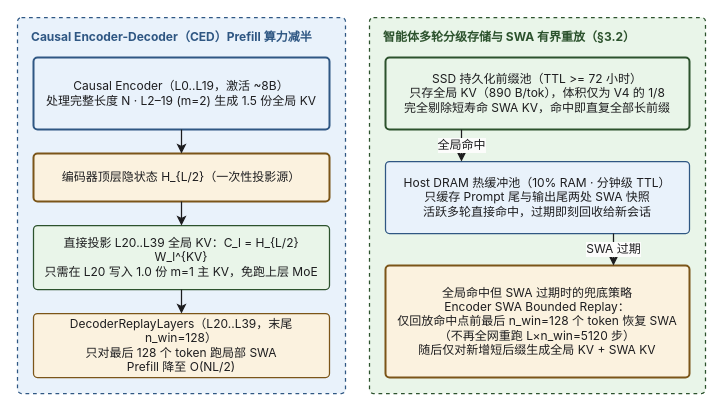
The draw.io diagram src/content/posts/deepseek/05-csa2-and-ced/diagrams/05-ced-prefix-arch.drawio in xingcanlee/infra-note, before the edit. Source tidied: cells renumbered, new cells numbered last; positions are measured from the earlier drawing's top-left corner, leaving out a move shared by most shapes. Both pictures are drawn from the tidied source at 100%, with x=0, y=0 at pixel (17, 17).
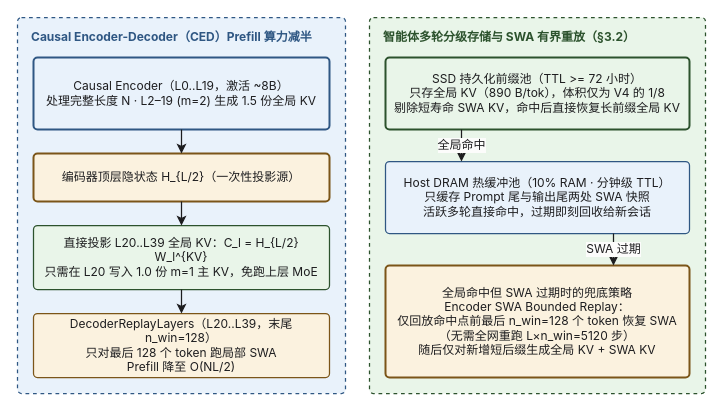
The same page after the edit.

What changed in the source:
```diff
@@
 <mxGraphModel>
   <root>
     <mxCell id="0" />
     <mxCell id="1" parent="0" />
     <mxCell id="2" value="Causal Encoder-Decoder（CED）Prefill 算力减半" style="rounded=1;absoluteArcSize=1;arcSize=8;whiteSpace=wrap;html=1;fillColor=#e9f2fb;strokeColor=#2f5783;strokeWidth=1.25;dashed=1;verticalAlign=top;align=left;spacingLeft=12;spacingTop=6;fontFamily=Inter;fontSize=12;fontStyle=1;fontColor=#2f5783;" parent="1" vertex="1">
       <mxGeometry width="328" height="376" as="geometry" />
     </mxCell>
     <mxCell id="3" value="Causal Encoder（L0..L19，激活 ~8B）&lt;br&gt;处理完整长度 N · L2–19 (m=2) 生成 1.5 份全局 KV" style="rounded=1;absoluteArcSize=1;arcSize=8;whiteSpace=wrap;html=1;fillColor=#e9f2fb;strokeColor=#2f5783;strokeWidth=2;align=center;verticalAlign=middle;spacing=4;fontFamily=Inter;fontSize=12;fontColor=#1d1d1f;" parent="1" vertex="1">
       <mxGeometry x="16" y="40" width="296" height="72" as="geometry" />
     </mxCell>
     <mxCell id="4" value="编码器顶层隐状态 H_{L/2}（一次性投影源）" style="rounded=1;absoluteArcSize=1;arcSize=8;whiteSpace=wrap;html=1;fillColor=#fbf2df;strokeColor=#7b5518;strokeWidth=2;align=center;verticalAlign=middle;spacing=4;fontFamily=Inter;fontSize=12;fontColor=#1d1d1f;" parent="1" vertex="1">
       <mxGeometry x="16" y="136" width="296" height="48" as="geometry" />
     </mxCell>
     <mxCell id="5" value="直接投影 L20..L39 全局 KV：C_l = H_{L/2} W_l^{KV}&lt;br&gt;只需在 L20 写入 1.0 份 m=1 主 KV，免跑上层 MoE" style="rounded=1;absoluteArcSize=1;arcSize=8;whiteSpace=wrap;html=1;fillColor=#e9f5e9;strokeColor=#2c522d;strokeWidth=1.25;align=center;verticalAlign=middle;spacing=4;fontFamily=Inter;fontSize=12;fontColor=#1d1d1f;" parent="1" vertex="1">
       <mxGeometry x="16" y="208" width="296" height="64" as="geometry" />
     </mxCell>
     <mxCell id="6" value="DecoderReplayLayers（L20..L39，末尾 n_win=128）&lt;br&gt;只对最后 128 个 token 跑局部 SWA&lt;br&gt;Prefill 降至 O(NL/2)" style="rounded=1;absoluteArcSize=1;arcSize=8;whiteSpace=wrap;html=1;fillColor=#fbf2df;strokeColor=#7b5518;strokeWidth=1.25;align=center;verticalAlign=middle;spacing=4;fontFamily=Inter;fontSize=12;fontColor=#1d1d1f;" parent="1" vertex="1">
       <mxGeometry x="16" y="296" width="296" height="64" as="geometry" />
     </mxCell>
     <mxCell id="7" style="endArrow=classic;startArrow=none;html=1;strokeColor=#1d1d1f;strokeWidth=1.25;edgeStyle=orthogonalEdgeStyle;rounded=1;exitX=0.5;exitY=1;exitDx=0;exitDy=0;entryX=0.5;entryY=0;entryDx=0;entryDy=0;" parent="1" edge="1" source="3" target="4">
       <mxGeometry relative="1" as="geometry" />
     </mxCell>
     <mxCell id="8" style="endArrow=classic;startArrow=none;html=1;strokeColor=#1d1d1f;strokeWidth=1.25;edgeStyle=orthogonalEdgeStyle;rounded=1;exitX=0.5;exitY=1;exitDx=0;exitDy=0;entryX=0.5;entryY=0;entryDx=0;entryDy=0;" parent="1" edge="1" source="4" target="5">
       <mxGeometry relative="1" as="geometry" />
     </mxCell>
     <mxCell id="9" style="endArrow=classic;startArrow=none;html=1;strokeColor=#1d1d1f;strokeWidth=1.25;edgeStyle=orthogonalEdgeStyle;rounded=1;exitX=0.5;exitY=1;exitDx=0;exitDy=0;entryX=0.5;entryY=0;entryDx=0;entryDy=0;" parent="1" edge="1" source="5" target="6">
       <mxGeometry relative="1" as="geometry" />
     </mxCell>
     <mxCell id="10" value="智能体多轮分级存储与 SWA 有界重放（§3.2）" style="rounded=1;absoluteArcSize=1;arcSize=8;whiteSpace=wrap;html=1;fillColor=#e9f5e9;strokeColor=#2c522d;strokeWidth=1.25;dashed=1;verticalAlign=top;align=left;spacingLeft=12;spacingTop=6;fontFamily=Inter;fontSize=12;fontStyle=1;fontColor=#2c522d;" parent="1" vertex="1">
       <mxGeometry x="352" width="336" height="376" as="geometry" />
     </mxCell>
-    <mxCell id="11" value="SSD 持久化前缀池（TTL &amp;gt;= 72 小时）&lt;br&gt;只存全局 KV（890 B/tok），体积仅为 V4 的 1/8&lt;br&gt;完全剔除短寿命 SWA KV，命中即直复全部长前缀" style="rounded=1;absoluteArcSize=1;arcSize=8;whiteSpace=wrap;html=1;fillColor=#e9f5e9;strokeColor=#2c522d;strokeWidth=2;align=center;verticalAlign=middle;spacing=4;fontFamily=Inter;fontSize=12;fontColor=#1d1d1f;" parent="1" vertex="1">
+    <mxCell id="11" value="SSD 持久化前缀池（TTL &amp;gt;= 72 小时）&lt;br&gt;只存全局 KV（890 B/tok），体积仅为 V4 的 1/8&lt;br&gt;剔除短寿命 SWA KV，命中后直接恢复长前缀全局 KV" style="rounded=1;absoluteArcSize=1;arcSize=8;whiteSpace=wrap;html=1;fillColor=#e9f5e9;strokeColor=#2c522d;strokeWidth=2;align=center;verticalAlign=middle;spacing=4;fontFamily=Inter;fontSize=12;fontColor=#1d1d1f;" parent="1" vertex="1">
       <mxGeometry x="368" y="40" width="304" height="72" as="geometry" />
     </mxCell>
     <mxCell id="12" value="Host DRAM 热缓冲池（10% RAM · 分钟级 TTL）&lt;br&gt;只缓存 Prompt 尾与输出尾两处 SWA 快照&lt;br&gt;活跃多轮直接命中，过期即刻回收给新会话" style="rounded=1;absoluteArcSize=1;arcSize=8;whiteSpace=wrap;html=1;fillColor=#e9f2fb;strokeColor=#2f5783;strokeWidth=1.25;align=center;verticalAlign=middle;spacing=4;fontFamily=Inter;fontSize=12;fontColor=#1d1d1f;" parent="1" vertex="1">
       <mxGeometry x="368" y="144" width="304" height="72" as="geometry" />
     </mxCell>
-    <mxCell id="13" value="全局命中但 SWA 过期时的兜底策略&lt;br&gt;Encoder SWA Bounded Replay：&lt;br&gt;仅回放命中点前最后 n_win=128 个 token 恢复 SWA&lt;br&gt;（不再全网重跑 L×n_win=5120 步）&lt;br&gt;随后仅对新增短后缀生成全局 KV + SWA KV" style="rounded=1;absoluteArcSize=1;arcSize=8;whiteSpace=wrap;html=1;fillColor=#fbf2df;strokeColor=#7b5518;strokeWidth=2;align=center;verticalAlign=middle;spacing=4;fontFamily=Inter;fontSize=12;fontColor=#1d1d1f;" parent="1" vertex="1">
+    <mxCell id="13" value="全局命中但 SWA 过期时的兜底策略&lt;br&gt;Encoder SWA Bounded Replay：&lt;br&gt;仅回放命中点前最后 n_win=128 个 token 恢复 SWA&lt;br&gt;（无需全网重跑 L×n_win=5120 步）&lt;br&gt;随后仅对新增短后缀生成全局 KV + SWA KV" style="rounded=1;absoluteArcSize=1;arcSize=8;whiteSpace=wrap;html=1;fillColor=#fbf2df;strokeColor=#7b5518;strokeWidth=2;align=center;verticalAlign=middle;spacing=4;fontFamily=Inter;fontSize=12;fontColor=#1d1d1f;" parent="1" vertex="1">
       <mxGeometry x="368" y="248" width="304" height="112" as="geometry" />
     </mxCell>
     <mxCell id="14" value="全局命中" style="endArrow=classic;startArrow=none;html=1;strokeColor=#1d1d1f;strokeWidth=1.25;edgeStyle=orthogonalEdgeStyle;rounded=1;exitX=0.25;exitY=1;exitDx=0;exitDy=0;entryX=0.25;entryY=0;entryDx=0;entryDy=0;fontFamily=Inter;fontSize=12;fontColor=#1d1d1f;labelBackgroundColor=#fcfcfb;" parent="1" edge="1" source="11" target="12">
       <mxGeometry relative="1" as="geometry" />
     </mxCell>
     <mxCell id="15" value="SWA 过期" style="endArrow=classic;startArrow=none;html=1;strokeColor=#1d1d1f;strokeWidth=1.25;edgeStyle=orthogonalEdgeStyle;rounded=1;exitX=0.75;exitY=1;exitDx=0;exitDy=0;entryX=0.75;entryY=0;entryDx=0;entryDy=0;fontFamily=Inter;fontSize=12;fontColor=#1d1d1f;labelBackgroundColor=#fcfcfb;" parent="1" edge="1" source="12" target="13">
       <mxGeometry relative="1" as="geometry" />
     </mxCell>
   </root>
 </mxGraphModel>
```
